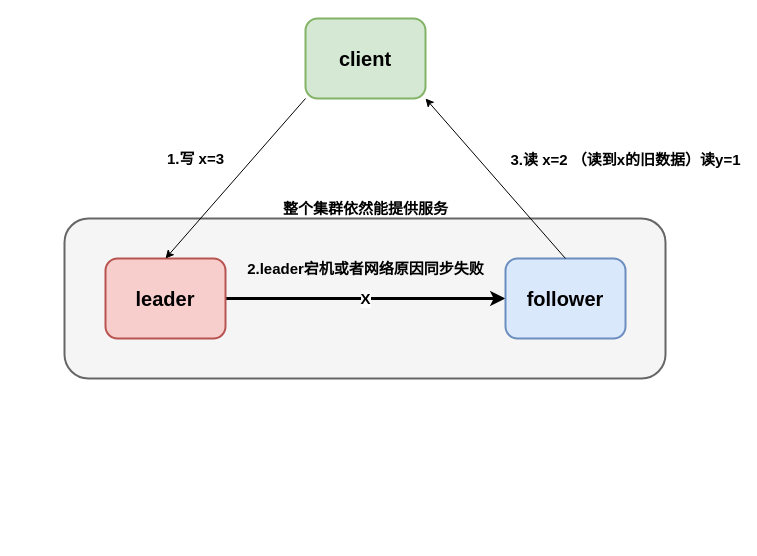
Earlier version of the draw.io diagram distributed-Partition-Tolerance.drawio (donscoco/diagrams). Source tidied: cells renumbered, new cells numbered last; positions are measured from the earlier drawing's top-left corner, leaving out a move shared by most shapes. Both pictures are drawn from the tidied source at 100%, with x=0, y=0 at pixel (64, 18).
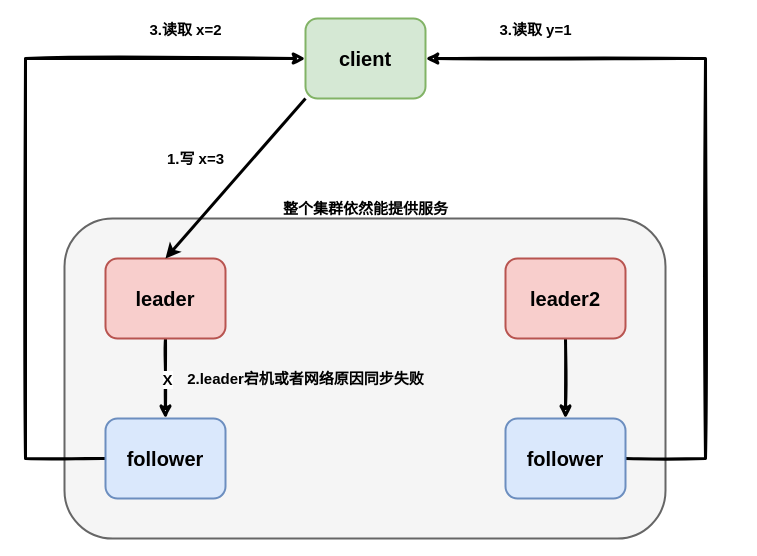
The same page after the edit.

The change refers to these unchanged cells:
```xml
<mxCell id="3" value="client" style="rounded=1;whiteSpace=wrap;html=1;strokeWidth=2;fillWeight=4;hachureGap=8;hachureAngle=45;fillColor=#d5e8d4;sketch=0;strokeColor=#82b366;fontSize=20;fontStyle=1;" parent="1" vertex="1">
  <mxGeometry x="241" width="120" height="80" as="geometry" />
</mxCell>
<mxCell id="6" value="leader" style="rounded=1;whiteSpace=wrap;html=1;strokeWidth=2;fillWeight=4;hachureGap=8;hachureAngle=45;fillColor=#f8cecc;sketch=0;strokeColor=#b85450;fontSize=20;fontStyle=1;" parent="1" vertex="1">
  <mxGeometry x="41" y="240" width="120" height="80" as="geometry" />
</mxCell>
```

What changed in the source:
```diff
@@
     <mxCell id="2" style="rounded=1;whiteSpace=wrap;html=1;strokeWidth=2;fillWeight=4;hachureGap=8;hachureAngle=45;fillColor=#f5f5f5;sketch=0;strokeColor=#666666;fontColor=#333333;fontSize=15;" parent="1" vertex="1">
-      <mxGeometry y="200" width="601" height="160" as="geometry" />
+      <mxGeometry y="200" width="601" height="320" as="geometry" />
     </mxCell>
@@
-    <mxCell id="4" style="edgeStyle=orthogonalEdgeStyle;rounded=0;jettySize=auto;html=1;fontSize=15;strokeWidth=3;" parent="1" edge="1" source="6" target="7">
+    <mxCell id="4" style="edgeStyle=orthogonalEdgeStyle;rounded=0;jettySize=auto;html=1;fontSize=15;strokeWidth=3;labelBackgroundColor=none;sketch=1;" parent="1" edge="1" source="6" target="7">
       <mxGeometry relative="1" as="geometry" />
     </mxCell>
@@
+    <mxCell id="9" style="edgeStyle=orthogonalEdgeStyle;rounded=0;jettySize=auto;html=1;entryX=0;entryY=0.5;entryDx=0;entryDy=0;labelBackgroundColor=none;strokeWidth=3;fontSize=15;fontColor=#000000;sketch=1;" parent="1" edge="1" source="7" target="3">
+      <mxGeometry relative="1" as="geometry">
+        <Array as="points">
+          <mxPoint x="-39" y="440" />
+          <mxPoint x="-39" y="40" />
+        </Array>
+      </mxGeometry>
+    </mxCell>
     <mxCell id="7" value="follower" style="rounded=1;whiteSpace=wrap;html=1;strokeWidth=2;fillWeight=4;hachureGap=8;hachureAngle=45;fillColor=#dae8fc;sketch=0;strokeColor=#6c8ebf;fontSize=20;fontStyle=1;" parent="1" vertex="1">
-      <mxGeometry x="441" y="240" width="120" height="80" as="geometry" />
+      <mxGeometry x="41" y="400" width="120" height="80" as="geometry" />
     </mxCell>
-    <mxCell id="8" style="endArrow=classic;html=1;rounded=0;entryX=0.5;entryY=0;entryDx=0;entryDy=0;exitX=0;exitY=1;exitDx=0;exitDy=0;fontSize=15;" parent="1" edge="1" source="3" target="6">
+    <mxCell id="8" style="endArrow=classic;html=1;rounded=0;entryX=0.5;entryY=0;entryDx=0;entryDy=0;exitX=0;exitY=1;exitDx=0;exitDy=0;fontSize=15;strokeWidth=3;" parent="1" edge="1" source="3" target="6">
       <mxGeometry relative="1" as="geometry" />
     </mxCell>
-    <mxCell id="9" style="endArrow=classic;html=1;rounded=0;exitX=0.5;exitY=0;exitDx=0;exitDy=0;entryX=1;entryY=1;entryDx=0;entryDy=0;fontSize=15;" parent="1" edge="1" source="7" target="3">
-      <mxGeometry relative="1" as="geometry" />
-    </mxCell>
@@
-    <mxCell id="11" value="3.读 x=2 （读到x的旧数据）读y=1" style="text;strokeColor=none;fillColor=none;html=1;fontSize=15;fontStyle=1;verticalAlign=middle;align=center;sketch=0;" parent="1" vertex="1">
-      <mxGeometry x="511" y="140" width="100" as="geometry" />
+    <mxCell id="11" value="3.读取 y=1" style="text;strokeColor=none;fillColor=none;html=1;fontSize=15;fontStyle=1;verticalAlign=middle;align=center;sketch=0;" parent="1" vertex="1">
+      <mxGeometry x="421" y="10" width="100" as="geometry" />
     </mxCell>
     <mxCell id="12" value="2.leader宕机或者网络原因同步失败" style="text;strokeColor=none;fillColor=none;html=1;fontSize=15;fontStyle=1;verticalAlign=middle;align=center;labelBackgroundColor=none;" parent="1" vertex="1">
-      <mxGeometry x="251" y="230" width="100" height="40" as="geometry" />
+      <mxGeometry x="191" y="340" width="100" height="40" as="geometry" />
     </mxCell>
@@
+    <mxCell id="14" style="edgeStyle=orthogonalEdgeStyle;rounded=0;jettySize=auto;html=1;fontSize=15;strokeWidth=3;sketch=1;" parent="1" edge="1" source="15" target="17">
+      <mxGeometry relative="1" as="geometry" />
+    </mxCell>
+    <mxCell id="15" value="leader2" style="rounded=1;whiteSpace=wrap;html=1;strokeWidth=2;fillWeight=4;hachureGap=8;hachureAngle=45;fillColor=#f8cecc;sketch=0;strokeColor=#b85450;fontSize=20;fontStyle=1;" parent="1" vertex="1">
+      <mxGeometry x="441" y="240" width="120" height="80" as="geometry" />
+    </mxCell>
+    <mxCell id="16" style="edgeStyle=orthogonalEdgeStyle;rounded=0;jettySize=auto;html=1;entryX=1;entryY=0.5;entryDx=0;entryDy=0;labelBackgroundColor=none;strokeWidth=3;fontSize=15;fontColor=#000000;sketch=1;" parent="1" edge="1" source="17" target="3">
+      <mxGeometry relative="1" as="geometry">
+        <Array as="points">
+          <mxPoint x="641" y="440" />
+          <mxPoint x="641" y="40" />
+        </Array>
+      </mxGeometry>
+    </mxCell>
+    <mxCell id="17" value="follower" style="rounded=1;whiteSpace=wrap;html=1;strokeWidth=2;fillWeight=4;hachureGap=8;hachureAngle=45;fillColor=#dae8fc;sketch=0;strokeColor=#6c8ebf;fontSize=20;fontStyle=1;" parent="1" vertex="1">
+      <mxGeometry x="441" y="400" width="120" height="80" as="geometry" />
+    </mxCell>
+    <mxCell id="18" value="3.读取 x=2" style="text;strokeColor=none;fillColor=none;html=1;fontSize=15;fontStyle=1;verticalAlign=middle;align=center;sketch=0;" parent="1" vertex="1">
+      <mxGeometry x="71" y="10" width="100" as="geometry" />
+    </mxCell>
```
